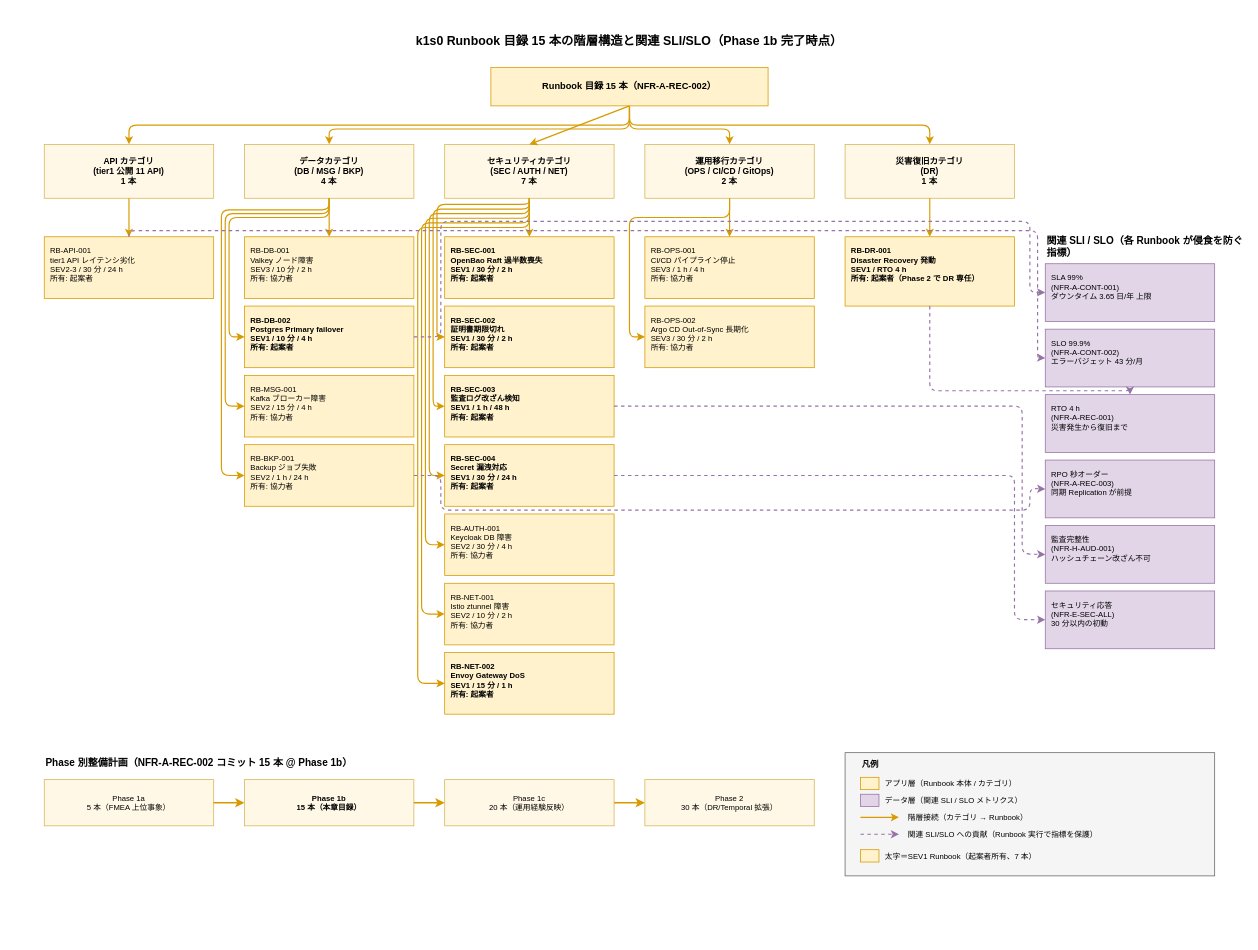
RyuheiKiso/k1s0 keeps this draw.io diagram as docs/04_概要設計/55_運用ライフサイクル方式設計/img/09_Runbook目録方式/runbook_catalog.drawio. Above is the earlier version. Source tidied: cells renumbered, new cells numbered last; positions are measured from the earlier drawing's top-left corner, leaving out a move shared by most shapes. Both pictures are drawn from the tidied source at 77%, with x=0, y=0 at pixel (13, 13).
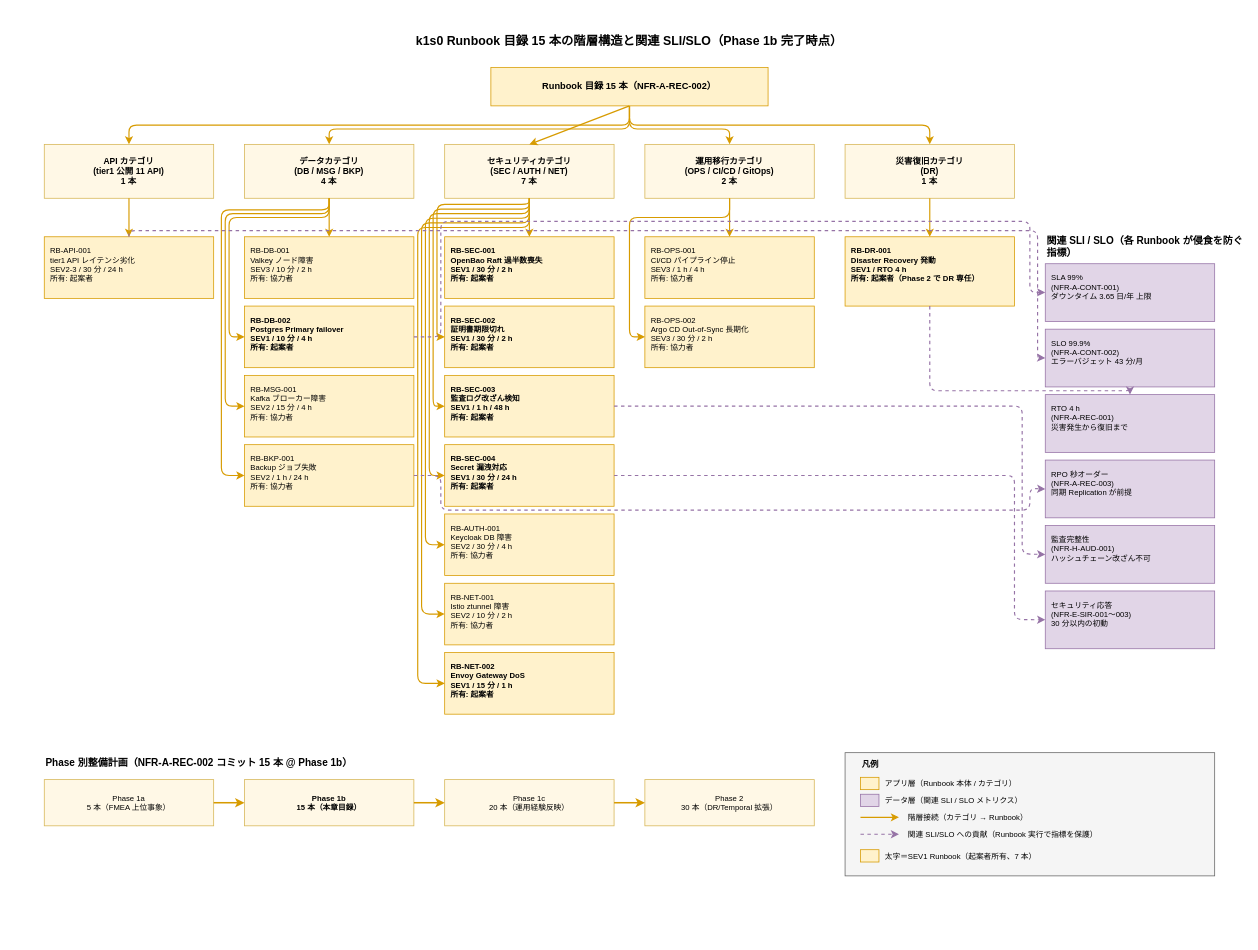
Above is the later version.

Diff of the diagram source:
```diff
@@
-    <mxCell id="51" value="セキュリティ応答&#10;(NFR-E-SEC-ALL)&#10;30 分以内の初動" style="rounded=0;whiteSpace=wrap;html=1;fillColor=#e1d5e7;strokeColor=#9673a6;fontSize=10;align=left;verticalAlign=top;spacingLeft=6;spacingTop=6;" parent="1" vertex="1">
+    <mxCell id="51" value="セキュリティ応答&#10;(NFR-E-SIR-001〜003)&#10;30 分以内の初動" style="rounded=0;whiteSpace=wrap;html=1;fillColor=#e1d5e7;strokeColor=#9673a6;fontSize=10;align=left;verticalAlign=top;spacingLeft=6;spacingTop=6;" parent="1" vertex="1">
       <mxGeometry x="1340" y="750" width="220" height="75" as="geometry" />
     </mxCell>
```
